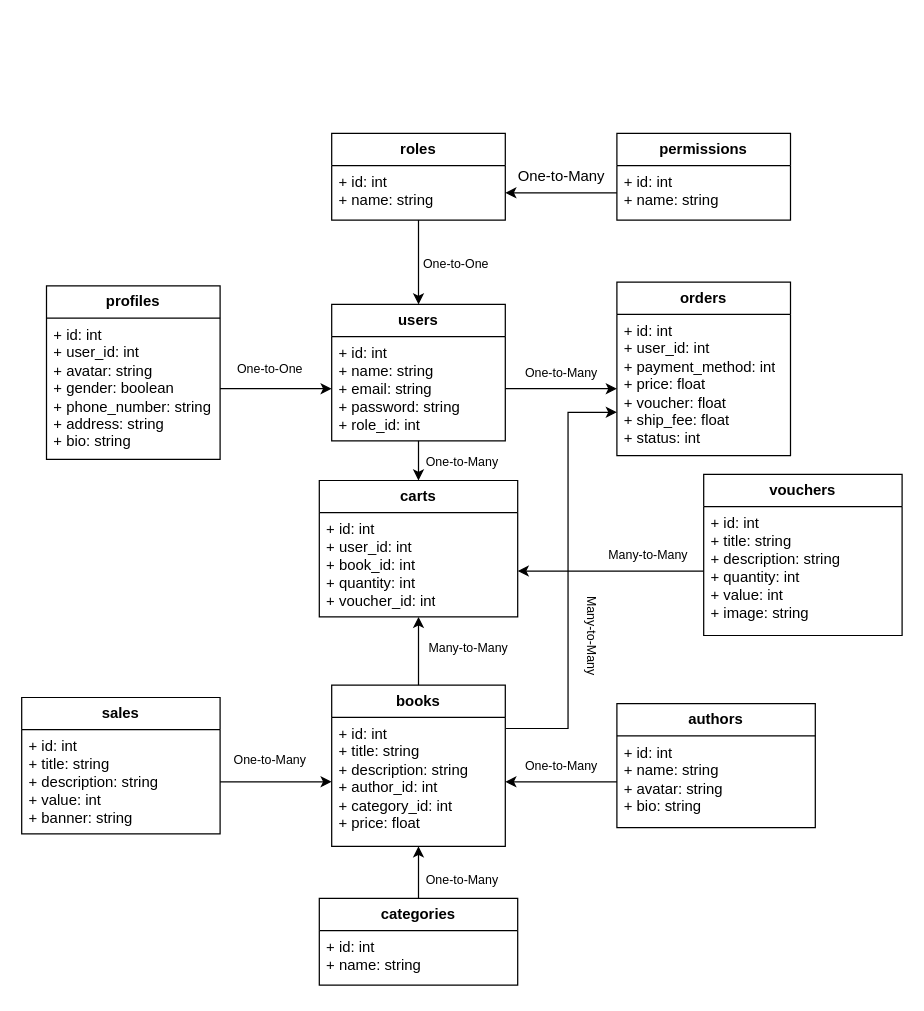
Above: public/Thiết kế ERD.drawio in tcquan-dev/demo (draw.io), before the change. Source tidied: cells renumbered, new cells numbered last; positions are measured from the earlier drawing's top-left corner, leaving out a move shared by most shapes. Both pictures are drawn from the tidied source at 124%, with x=0, y=0 at pixel (21, 133).
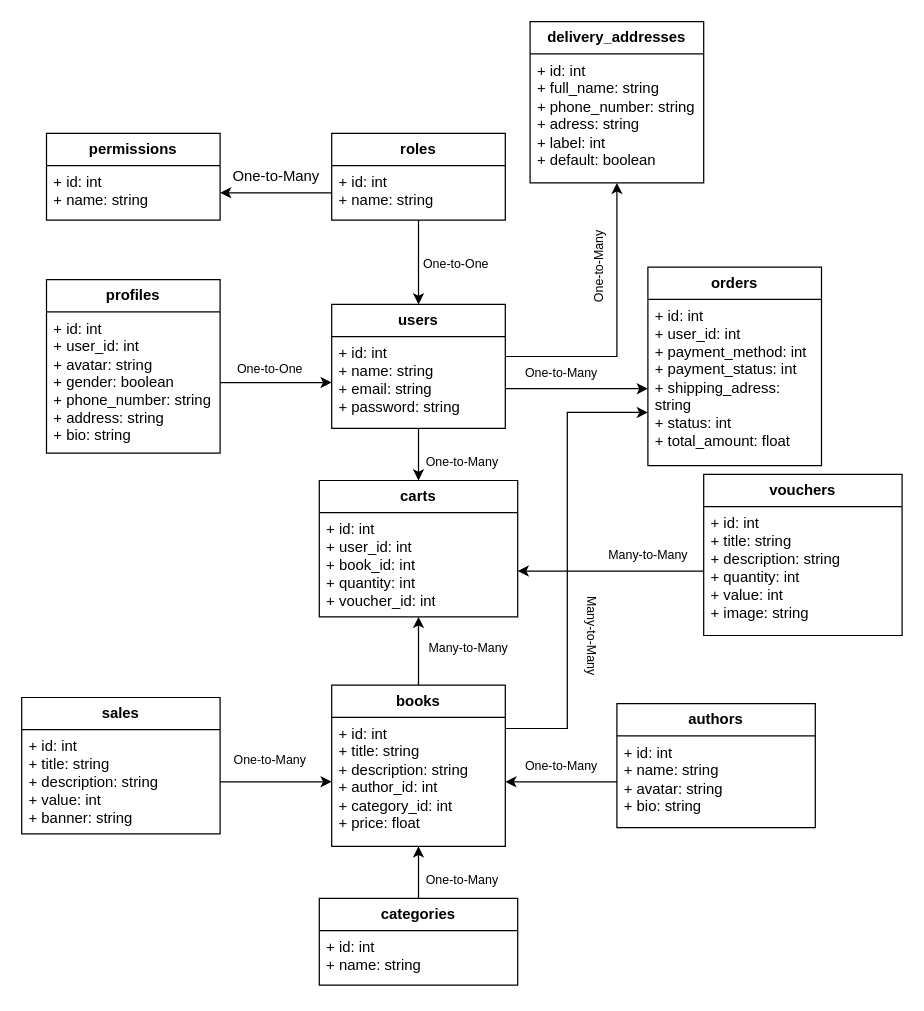
The same page after the edit.

Commit message:
Cập nhật Thiết kế ERD.drawio

Unchanged cells that the change refers to:
```xml
<mxCell id="8" value="&lt;div&gt;+ id: int&lt;/div&gt;&lt;div&gt;+ name: string&lt;/div&gt;" style="text;strokeColor=none;fillColor=none;align=left;verticalAlign=top;spacingLeft=4;spacingRight=4;overflow=hidden;points=[[0,0.5],[1,0.5]];portConstraint=eastwest;whiteSpace=wrap;html=1;" parent="7" vertex="1">
  <mxGeometry y="26" width="140" height="44" as="geometry" />
</mxCell>
<mxCell id="43" value="&lt;div&gt;+ id: int&lt;/div&gt;&lt;div&gt;+ name: string&lt;/div&gt;" style="text;strokeColor=none;fillColor=none;align=left;verticalAlign=top;spacingLeft=4;spacingRight=4;overflow=hidden;points=[[0,0.5],[1,0.5]];portConstraint=eastwest;whiteSpace=wrap;html=1;" parent="42" vertex="1">
  <mxGeometry y="26" width="140" height="44" as="geometry" />
</mxCell>
```

What changed in the source:
```diff
@@
     <mxCell id="2" value="&lt;b&gt;users&lt;/b&gt;" style="swimlane;fontStyle=0;horizontal=1;startSize=26;fillColor=none;whiteSpace=wrap;html=1;" parent="1" vertex="1">
-      <mxGeometry x="250" y="138" width="140" height="110" as="geometry" />
+      <mxGeometry x="250" y="138" width="140" height="100" as="geometry" />
     </mxCell>
-    <mxCell id="3" value="&lt;div&gt;+ id: int&lt;/div&gt;&lt;div&gt;+ name: string&lt;/div&gt;+ email: string&lt;div&gt;+ password: string&lt;/div&gt;&lt;div&gt;+ role_id: int&lt;/div&gt;" style="text;strokeColor=none;fillColor=none;align=left;verticalAlign=top;spacingLeft=4;spacingRight=4;overflow=hidden;points=[[0,0.5],[1,0.5]];portConstraint=eastwest;whiteSpace=wrap;html=1;" parent="2" vertex="1">
-      <mxGeometry y="26" width="140" height="84" as="geometry" />
+    <mxCell id="3" value="&lt;div&gt;+ id: int&lt;/div&gt;&lt;div&gt;+ name: string&lt;/div&gt;+ email: string&lt;div&gt;+ password: string&lt;/div&gt;" style="text;strokeColor=none;fillColor=none;align=left;verticalAlign=top;spacingLeft=4;spacingRight=4;overflow=hidden;points=[[0,0.5],[1,0.5]];portConstraint=eastwest;whiteSpace=wrap;html=1;" parent="2" vertex="1">
+      <mxGeometry y="26" width="140" height="74" as="geometry" />
     </mxCell>
     <mxCell id="4" value="&lt;b&gt;profiles&lt;/b&gt;" style="swimlane;fontStyle=0;horizontal=1;startSize=26;fillColor=none;whiteSpace=wrap;html=1;" parent="1" vertex="1">
-      <mxGeometry x="20" y="123" width="140" height="140" as="geometry" />
+      <mxGeometry x="20" y="118" width="140" height="140" as="geometry" />
     </mxCell>
@@
     <mxCell id="26" value="&lt;b&gt;orders&lt;/b&gt;" style="swimlane;fontStyle=0;horizontal=1;startSize=26;fillColor=none;whiteSpace=wrap;html=1;" parent="1" vertex="1">
-      <mxGeometry x="480" y="120" width="140" height="140" as="geometry" />
+      <mxGeometry x="505" y="108" width="140" height="160" as="geometry" />
     </mxCell>
-    <mxCell id="27" value="&lt;div&gt;+ id: int&lt;/div&gt;&lt;div&gt;+ user_id: int&lt;/div&gt;&lt;div&gt;+ payment_method: int&lt;/div&gt;+ price: float&lt;div&gt;+ voucher: float&lt;/div&gt;&lt;div&gt;+ ship_fee: float&lt;br&gt;&lt;div&gt;+ status: int&lt;/div&gt;&lt;/div&gt;" style="text;strokeColor=none;fillColor=none;align=left;verticalAlign=top;spacingLeft=4;spacingRight=4;overflow=hidden;points=[[0,0.5],[1,0.5]];portConstraint=eastwest;whiteSpace=wrap;html=1;" parent="26" vertex="1">
-      <mxGeometry y="26" width="140" height="114" as="geometry" />
+    <mxCell id="27" value="&lt;div&gt;+ id: int&lt;/div&gt;&lt;div&gt;+ user_id: int&lt;/div&gt;&lt;div&gt;+ payment_method: int&lt;/div&gt;&lt;div&gt;+ payment_status: int&lt;/div&gt;+ shipping_adress: string&lt;div&gt;&lt;div&gt;+ status: int&lt;/div&gt;&lt;/div&gt;&lt;div&gt;+ total_amount: float&lt;/div&gt;" style="text;strokeColor=none;fillColor=none;align=left;verticalAlign=top;spacingLeft=4;spacingRight=4;overflow=hidden;points=[[0,0.5],[1,0.5]];portConstraint=eastwest;whiteSpace=wrap;html=1;" parent="26" vertex="1">
+      <mxGeometry y="26" width="140" height="134" as="geometry" />
     </mxCell>
@@
-    <mxCell id="38" style="endArrow=classic;html=1;rounded=0;" parent="1" edge="1">
+    <mxCell id="38" style="endArrow=classic;html=1;rounded=0;entryX=0;entryY=0.68;entryDx=0;entryDy=0;entryPerimeter=0;" parent="1" edge="1" target="27">
       <mxGeometry relative="1" as="geometry">
-        <mxPoint x="390.6" y="480" as="sourcePoint" />
-        <mxPoint x="480" y="225" as="targetPoint" />
+        <mxPoint x="390" y="480" as="sourcePoint" />
         <Array as="points">
-          <mxPoint x="440.6" y="480" />
-          <mxPoint x="440.6" y="225" />
-          <mxPoint x="460" y="225" />
+          <mxPoint x="440" y="480" />
+          <mxPoint x="440" y="225" />
+          <mxPoint x="459.4" y="225" />
         </Array>
       </mxGeometry>
     </mxCell>
@@
     <mxCell id="42" value="&lt;b&gt;permissions&lt;/b&gt;" style="swimlane;fontStyle=0;horizontal=1;startSize=26;fillColor=none;whiteSpace=wrap;html=1;" parent="1" vertex="1">
-      <mxGeometry x="480" width="140" height="70" as="geometry" />
+      <mxGeometry x="20" width="140" height="70" as="geometry" />
     </mxCell>
@@
     <mxCell id="44" value="One-to-Many" style="text;html=1;align=center;verticalAlign=middle;strokeColor=none;fillColor=none;" parent="1" vertex="1">
-      <mxGeometry x="390" y="20" width="90" height="30" as="geometry" />
+      <mxGeometry x="160" y="20" width="90" height="30" as="geometry" />
     </mxCell>
+    <mxCell id="46" value="&lt;b&gt;delivery_addresses&lt;/b&gt;" style="swimlane;fontStyle=0;horizontal=1;startSize=26;fillColor=none;whiteSpace=wrap;html=1;" parent="1" vertex="1">
+      <mxGeometry x="410" y="-90" width="140" height="130" as="geometry" />
+    </mxCell>
+    <mxCell id="47" value="&lt;div&gt;+ id: int&lt;/div&gt;&lt;div&gt;+ full_name: string&lt;/div&gt;&lt;div&gt;+ phone_number: string&lt;/div&gt;&lt;div&gt;+ adress: string&lt;/div&gt;&lt;div&gt;+ label: int&lt;br&gt;+ default: boolean&lt;/div&gt;" style="text;strokeColor=none;fillColor=none;align=left;verticalAlign=top;spacingLeft=4;spacingRight=4;overflow=hidden;whiteSpace=wrap;html=1;" parent="46" vertex="1">
+      <mxGeometry y="26" width="140" height="104" as="geometry" />
+    </mxCell>
+    <mxCell id="48" style="endArrow=classic;html=1;rounded=0;entryX=0.497;entryY=1.027;entryDx=0;entryDy=0;entryPerimeter=0;" parent="1" edge="1">
+      <mxGeometry relative="1" as="geometry">
+        <mxPoint x="390" y="180" as="sourcePoint" />
+        <mxPoint x="480" y="40" as="targetPoint" />
+        <Array as="points">
+          <mxPoint x="480" y="180" />
+        </Array>
+      </mxGeometry>
+    </mxCell>
+    <mxCell id="49" value="One-to-Many" style="text;html=1;align=center;verticalAlign=middle;strokeColor=none;fillColor=none;fontSize=10;rotation=270;" parent="1" vertex="1">
+      <mxGeometry x="425" y="93" width="80" height="30" as="geometry" />
+    </mxCell>
-    <mxCell id="45" style="edgeStyle=orthogonalEdgeStyle;rounded=0;jettySize=auto;html=1;" parent="1" edge="1" source="43" target="8">
+    <mxCell id="45" style="edgeStyle=orthogonalEdgeStyle;rounded=0;jettySize=auto;html=1;" parent="1" edge="1" source="8" target="43">
       <mxGeometry relative="1" as="geometry" />
     </mxCell>
```
